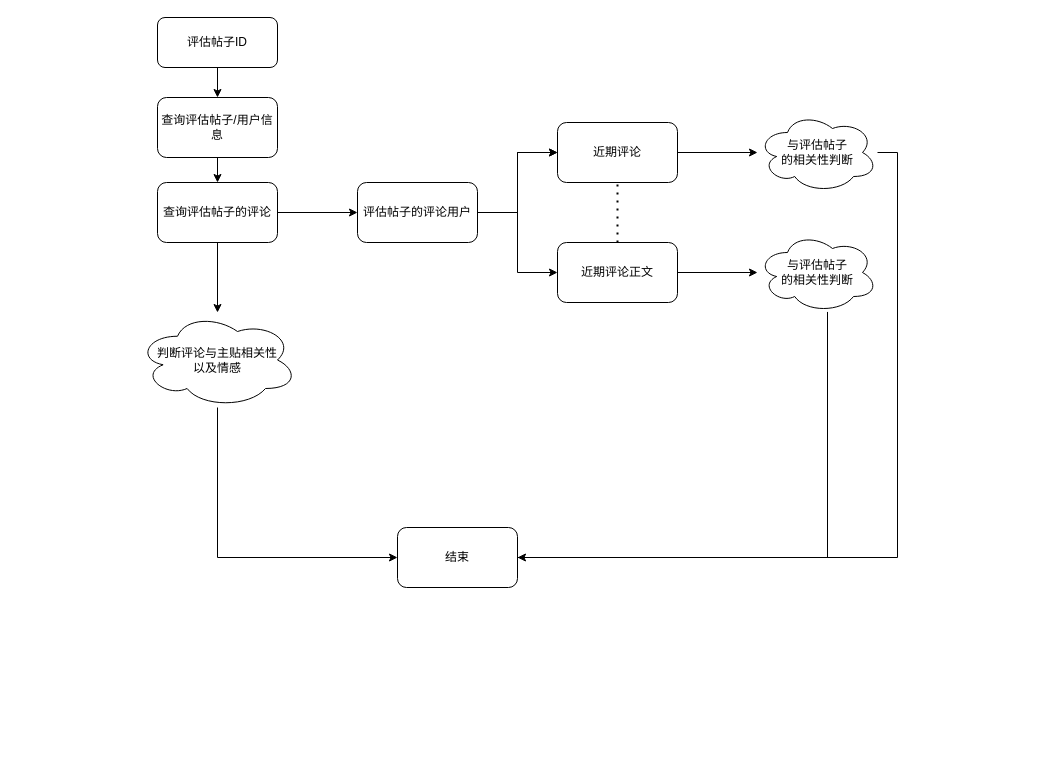
The draw.io diagram file/未来展望.drawio in LLwill/drow.io, before the edit. Source tidied: cells renumbered, new cells numbered last; positions are measured from the earlier drawing's top-left corner, leaving out a move shared by most shapes. Both pictures are drawn from the tidied source at 100%, with x=0, y=0 at pixel (137, 17).
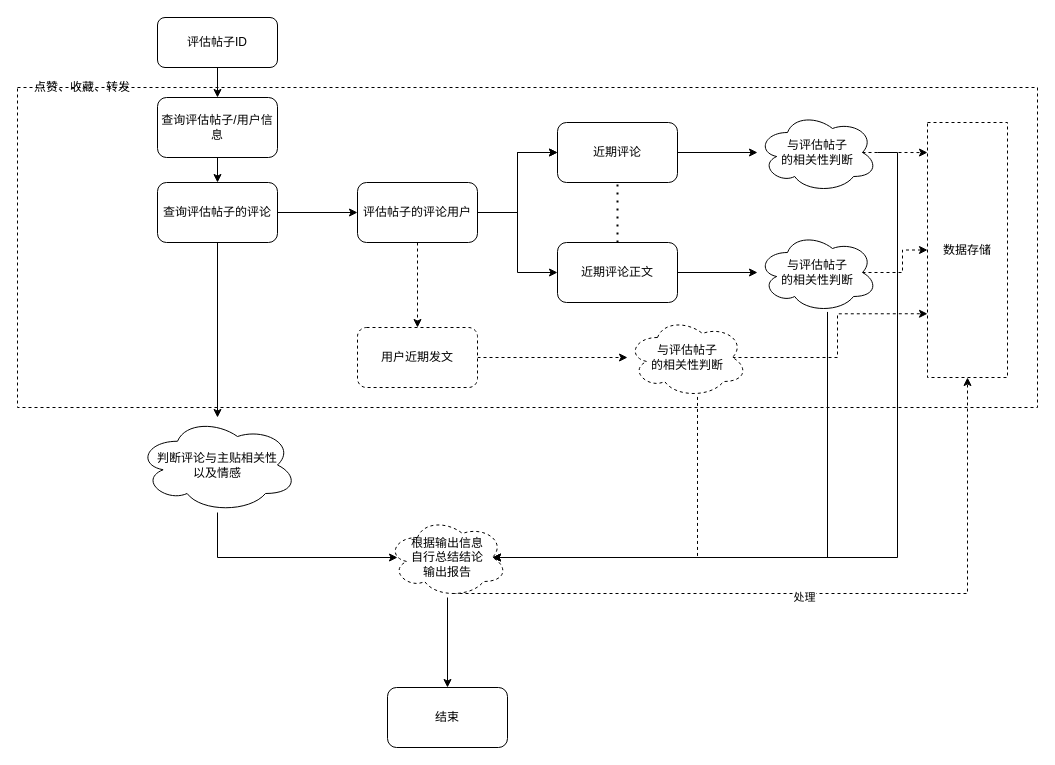
Above is the later version.

Unchanged cells that the change refers to:
```xml
<mxCell id="12" value="评估帖子的评论用户" style="rounded=1;whiteSpace=wrap;html=1;" parent="1" vertex="1">
  <mxGeometry x="220" y="165" width="120" height="60" as="geometry" />
</mxCell>
<mxCell id="18" value="与评估帖子&lt;br&gt;的相关性判断" style="ellipse;shape=cloud;whiteSpace=wrap;html=1;rounded=1;" parent="1" vertex="1">
  <mxGeometry x="620" y="95" width="120" height="80" as="geometry" />
</mxCell>
<mxCell id="21" value="与评估帖子&lt;br style=&quot;border-color: var(--border-color);&quot;&gt;的相关性判断" style="ellipse;shape=cloud;whiteSpace=wrap;html=1;rounded=1;" parent="1" vertex="1">
  <mxGeometry x="620" y="215" width="120" height="80" as="geometry" />
</mxCell>
```

Diff of the diagram source:
```diff
@@
+    <mxCell id="25" style="rounded=0;whiteSpace=wrap;html=1;fillStyle=hatch;fillColor=none;dashed=1;" parent="1" vertex="1">
+      <mxGeometry x="-120" y="70" width="1020" height="320" as="geometry" />
+    </mxCell>
@@
     <mxCell id="8" value="判断评论与主贴相关性&lt;br&gt;以及情感" style="ellipse;shape=cloud;whiteSpace=wrap;html=1;rounded=1;" parent="1" vertex="1">
-      <mxGeometry y="295" width="160" height="95" as="geometry" />
+      <mxGeometry y="400" width="160" height="95" as="geometry" />
     </mxCell>
@@
+    <mxCell id="26" style="edgeStyle=orthogonalEdgeStyle;rounded=0;jettySize=auto;html=1;dashed=1;" parent="1" edge="1" source="12" target="29">
+      <mxGeometry relative="1" as="geometry" />
+    </mxCell>
@@
+    <mxCell id="27" style="edgeStyle=orthogonalEdgeStyle;rounded=0;jettySize=auto;html=1;exitX=0.875;exitY=0.5;exitDx=0;exitDy=0;exitPerimeter=0;entryX=0;entryY=0.5;entryDx=0;entryDy=0;dashed=1;" parent="1" edge="1" source="21" target="38">
+      <mxGeometry relative="1" as="geometry" />
+    </mxCell>
@@
-    <mxCell id="22" style="edgeStyle=orthogonalEdgeStyle;rounded=0;jettySize=auto;html=1;entryX=0.875;entryY=0.5;entryDx=0;entryDy=0;entryPerimeter=0;" parent="1" edge="1" source="21">
+    <mxCell id="22" style="edgeStyle=orthogonalEdgeStyle;rounded=0;jettySize=auto;html=1;entryX=0.875;entryY=0.5;entryDx=0;entryDy=0;entryPerimeter=0;" parent="1" edge="1" source="21" target="33">
       <mxGeometry relative="1" as="geometry">
-        <mxPoint x="365" y="540" as="targetPoint" />
         <Array as="points">
           <mxPoint x="690" y="540" />
         </Array>
       </mxGeometry>
     </mxCell>
-    <mxCell id="23" style="edgeStyle=orthogonalEdgeStyle;rounded=0;jettySize=auto;html=1;entryX=1;entryY=0.5;entryDx=0;entryDy=0;" parent="1" edge="1" source="18" target="24">
+    <mxCell id="23" style="edgeStyle=orthogonalEdgeStyle;rounded=0;jettySize=auto;html=1;entryX=0.875;entryY=0.5;entryDx=0;entryDy=0;entryPerimeter=0;" parent="1" edge="1" source="18" target="33">
       <mxGeometry relative="1" as="geometry">
         <Array as="points">
           <mxPoint x="760" y="135" />
           <mxPoint x="760" y="540" />
         </Array>
       </mxGeometry>
     </mxCell>
+    <mxCell id="28" style="edgeStyle=orthogonalEdgeStyle;rounded=0;jettySize=auto;html=1;dashed=1;" parent="1" edge="1" source="29" target="36">
+      <mxGeometry relative="1" as="geometry" />
+    </mxCell>
+    <mxCell id="29" value="用户近期发文" style="rounded=1;whiteSpace=wrap;html=1;dashed=1;" parent="1" vertex="1">
+      <mxGeometry x="220" y="310" width="120" height="60" as="geometry" />
+    </mxCell>
+    <mxCell id="30" style="edgeStyle=orthogonalEdgeStyle;rounded=0;jettySize=auto;html=1;" parent="1" edge="1" source="33" target="24">
+      <mxGeometry relative="1" as="geometry" />
+    </mxCell>
+    <mxCell id="31" style="edgeStyle=orthogonalEdgeStyle;rounded=0;jettySize=auto;html=1;exitX=0.55;exitY=0.95;exitDx=0;exitDy=0;exitPerimeter=0;dashed=1;" parent="1" edge="1" source="33" target="38">
+      <mxGeometry relative="1" as="geometry" />
+    </mxCell>
+    <mxCell id="32" value="处理" style="edgeLabel;html=1;align=center;verticalAlign=middle;" parent="31" vertex="1">
+      <mxGeometry x="-0.04" y="-3" relative="1" as="geometry" />
+    </mxCell>
+    <mxCell id="33" value="根据输出信息&lt;br&gt;自行总结结论&lt;br&gt;输出报告" style="ellipse;shape=cloud;whiteSpace=wrap;html=1;dashed=1;" parent="1" vertex="1">
+      <mxGeometry x="250" y="500" width="120" height="80" as="geometry" />
+    </mxCell>
     <mxCell id="24" value="结束" style="rounded=1;whiteSpace=wrap;html=1;" parent="1" vertex="1">
-      <mxGeometry x="260" y="510" width="120" height="60" as="geometry" />
+      <mxGeometry x="250" y="670" width="120" height="60" as="geometry" />
     </mxCell>
+    <mxCell id="34" value="点赞、收藏、转发" style="text;html=1;strokeColor=none;fillColor=none;align=center;verticalAlign=middle;whiteSpace=wrap;rounded=0;" parent="1" vertex="1">
+      <mxGeometry x="-110" y="60" width="110" height="20" as="geometry" />
+    </mxCell>
+    <mxCell id="35" style="edgeStyle=orthogonalEdgeStyle;rounded=0;jettySize=auto;html=1;exitX=0.875;exitY=0.5;exitDx=0;exitDy=0;exitPerimeter=0;entryX=0;entryY=0.75;entryDx=0;entryDy=0;dashed=1;" parent="1" edge="1" source="36" target="38">
+      <mxGeometry relative="1" as="geometry" />
+    </mxCell>
+    <mxCell id="36" value="与评估帖子&lt;br style=&quot;border-color: var(--border-color);&quot;&gt;的相关性判断" style="ellipse;shape=cloud;whiteSpace=wrap;html=1;rounded=1;dashed=1;" parent="1" vertex="1">
+      <mxGeometry x="490" y="300" width="120" height="80" as="geometry" />
+    </mxCell>
+    <mxCell id="37" style="edgeStyle=orthogonalEdgeStyle;rounded=0;jettySize=auto;html=1;entryX=0.875;entryY=0.5;entryDx=0;entryDy=0;entryPerimeter=0;dashed=1;" parent="1" edge="1" source="36" target="33">
+      <mxGeometry relative="1" as="geometry">
+        <Array as="points">
+          <mxPoint x="560" y="540" />
+        </Array>
+      </mxGeometry>
+    </mxCell>
+    <mxCell id="38" value="数据存储" style="rounded=0;whiteSpace=wrap;html=1;dashed=1;" parent="1" vertex="1">
+      <mxGeometry x="790" y="105" width="80" height="255" as="geometry" />
+    </mxCell>
+    <mxCell id="39" style="edgeStyle=orthogonalEdgeStyle;rounded=0;jettySize=auto;html=1;exitX=0.875;exitY=0.5;exitDx=0;exitDy=0;exitPerimeter=0;entryX=0;entryY=0.118;entryDx=0;entryDy=0;entryPerimeter=0;dashed=1;" parent="1" edge="1" source="18" target="38">
+      <mxGeometry relative="1" as="geometry" />
+    </mxCell>
```
